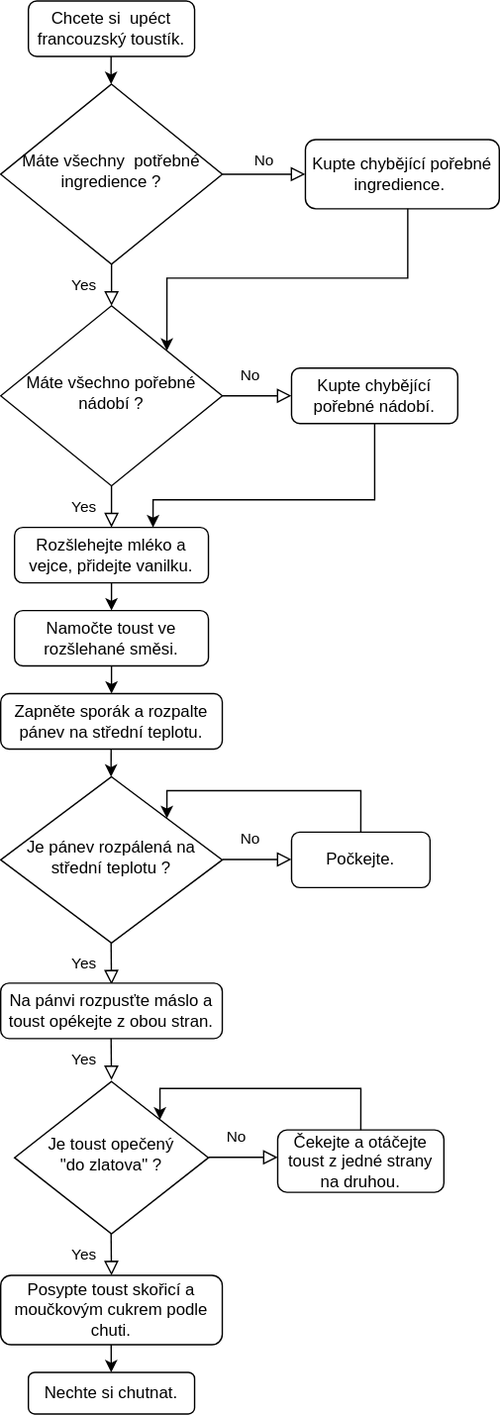
This is honzejk.flowchart2.francouzsky.toustik.svg from PetrHonzejk/diagrams.net, a draw.io export, as it was before one commit. Source tidied: cells renumbered, new cells last; positions are measured from the earlier drawing's top-left corner, leaving out a move shared by most shapes.
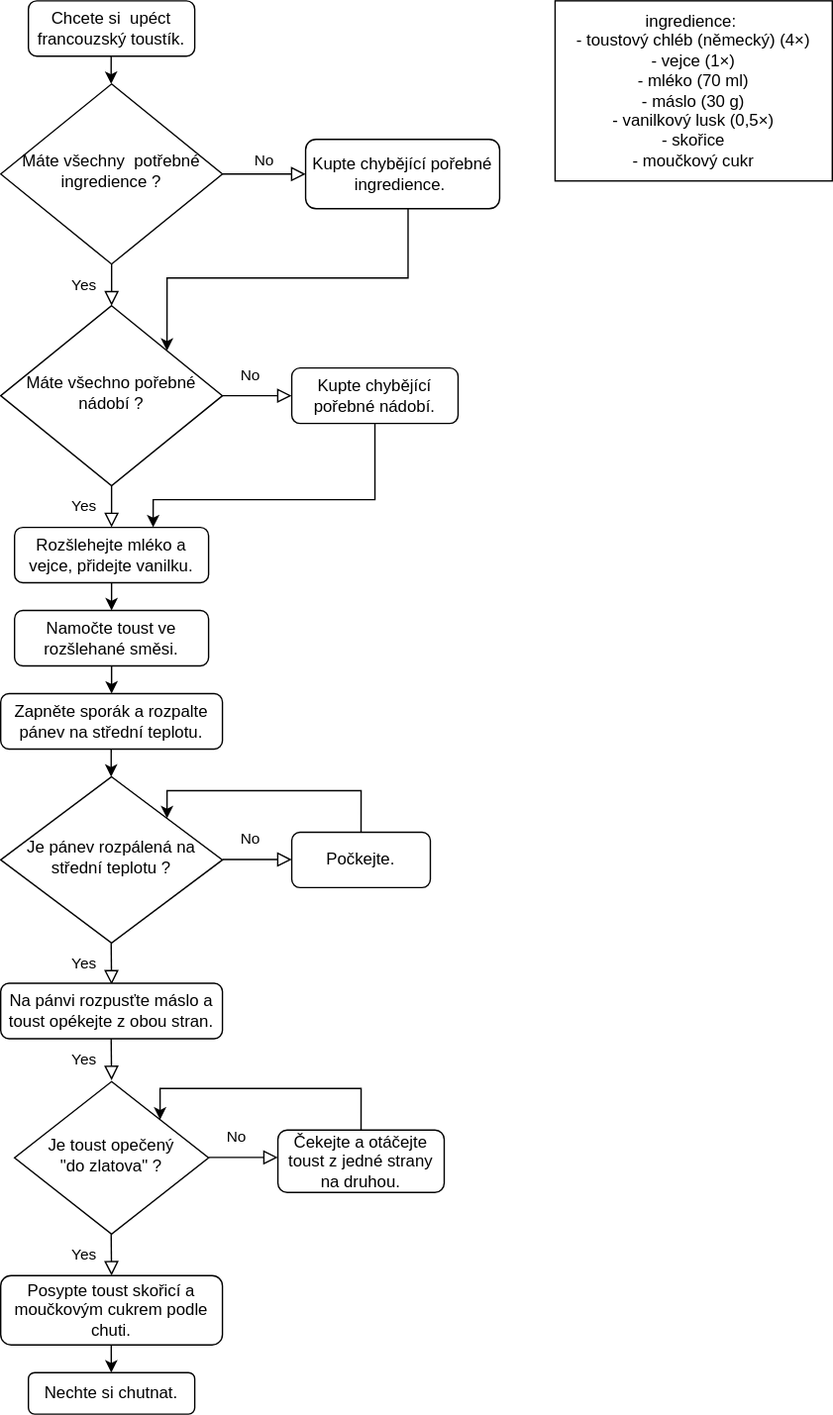
Later version of the same file.

What changed in the source:
```diff
@@ -175,5 +175,8 @@
     <mxCell id="34" value="&lt;span style=&quot;text-align: left&quot;&gt;Nechte si chutnat.&lt;/span&gt;" style="rounded=1;whiteSpace=wrap;html=1;fontSize=12;glass=0;strokeWidth=1;shadow=0;" parent="1" vertex="1">
       <mxGeometry x="20" y="990" width="120" height="30" as="geometry" />
     </mxCell>
+    <mxCell id="35" value="&lt;span style=&quot;text-align: left&quot;&gt;ingredience:&amp;nbsp;&lt;/span&gt;&lt;br style=&quot;text-align: left&quot;&gt;&lt;span style=&quot;text-align: left&quot;&gt;- toustový chléb (německý) (4×)&lt;br&gt;- vejce (1×)&lt;br&gt;- mléko (70 ml)&lt;br&gt;- máslo (30 g)&lt;br&gt;&lt;/span&gt;&lt;span style=&quot;text-align: left&quot;&gt;- vanilkový lusk (0,5×)&lt;br&gt;&lt;/span&gt;&lt;span style=&quot;text-align: left&quot;&gt;- skořice&lt;br&gt;&lt;/span&gt;&lt;span style=&quot;text-align: left&quot;&gt;- moučkový cukr&lt;/span&gt;" style="whiteSpace=wrap;html=1;fontSize=12;" parent="1" vertex="1">
+      <mxGeometry x="400" width="200" height="130" as="geometry" />
+    </mxCell>
   </root>
 </mxGraphModel>
```
